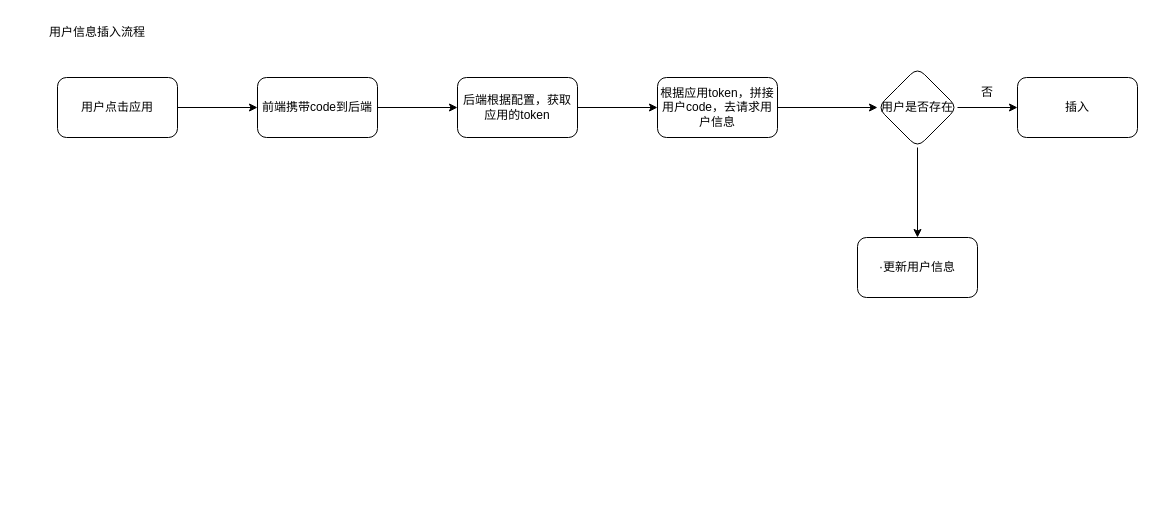
Earlier version of the draw.io diagram qh/一体化平台门户.drawio (shaominghuiwhatsup/graph). Source tidied: cells renumbered, new cells numbered last; positions are measured from the earlier drawing's top-left corner, leaving out a move shared by most shapes. Both pictures are drawn from the tidied source at 100%, with x=0, y=0 at pixel (17, 17).
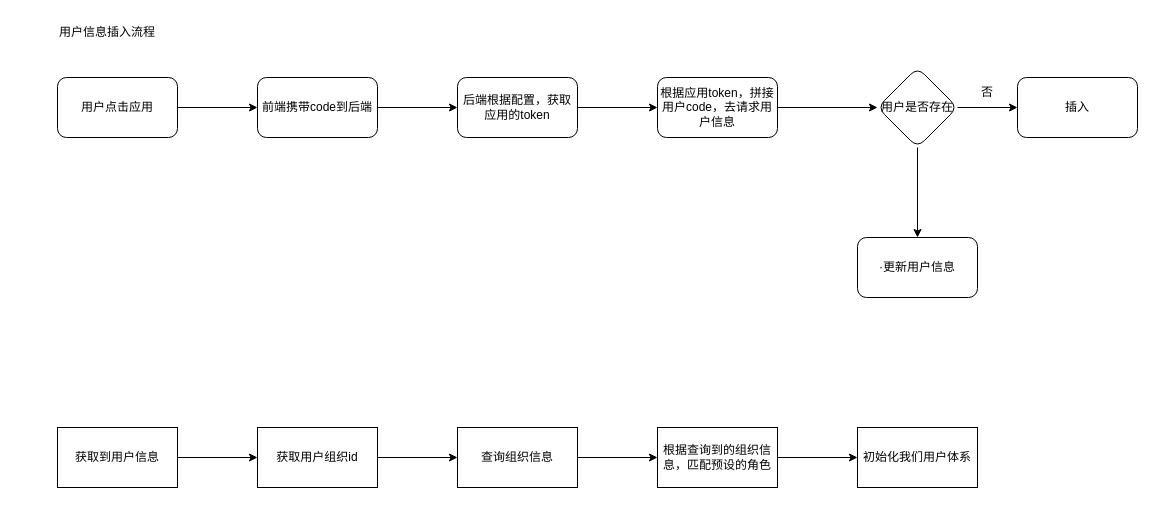
After the change.

Commit message (it also covers changes not shown here):
更新一体化平台门户.drawio

Change to the diagram source:
```diff
@@
     <mxCell id="16" value="用户信息插入流程" style="text;html=1;align=center;verticalAlign=middle;whiteSpace=wrap;rounded=0;" parent="1" vertex="1">
-      <mxGeometry width="160" height="30" as="geometry" />
+      <mxGeometry x="10" width="160" height="30" as="geometry" />
     </mxCell>
+    <mxCell id="17" style="edgeStyle=orthogonalEdgeStyle;rounded=0;jettySize=auto;html=1;" parent="1" edge="1" source="18" target="20">
+      <mxGeometry relative="1" as="geometry" />
+    </mxCell>
+    <mxCell id="18" value="获取到用户信息" style="rounded=0;whiteSpace=wrap;html=1;" parent="1" vertex="1">
+      <mxGeometry x="40" y="410" width="120" height="60" as="geometry" />
+    </mxCell>
+    <mxCell id="19" style="edgeStyle=orthogonalEdgeStyle;rounded=0;jettySize=auto;html=1;" parent="1" edge="1" source="20" target="22">
+      <mxGeometry relative="1" as="geometry" />
+    </mxCell>
+    <mxCell id="20" value="获取用户组织id" style="whiteSpace=wrap;html=1;rounded=0;" parent="1" vertex="1">
+      <mxGeometry x="240" y="410" width="120" height="60" as="geometry" />
+    </mxCell>
+    <mxCell id="21" style="edgeStyle=orthogonalEdgeStyle;rounded=0;jettySize=auto;html=1;" parent="1" edge="1" source="22" target="24">
+      <mxGeometry relative="1" as="geometry" />
+    </mxCell>
+    <mxCell id="22" value="查询组织信息" style="whiteSpace=wrap;html=1;rounded=0;" parent="1" vertex="1">
+      <mxGeometry x="440" y="410" width="120" height="60" as="geometry" />
+    </mxCell>
+    <mxCell id="23" style="edgeStyle=orthogonalEdgeStyle;rounded=0;jettySize=auto;html=1;" parent="1" edge="1" source="24" target="25">
+      <mxGeometry relative="1" as="geometry" />
+    </mxCell>
+    <mxCell id="24" value="根据查询到的组织信息，匹配预设的角色" style="whiteSpace=wrap;html=1;rounded=0;" parent="1" vertex="1">
+      <mxGeometry x="640" y="410" width="120" height="60" as="geometry" />
+    </mxCell>
+    <mxCell id="25" value="初始化我们用户体系" style="whiteSpace=wrap;html=1;rounded=0;" parent="1" vertex="1">
+      <mxGeometry x="840" y="410" width="120" height="60" as="geometry" />
+    </mxCell>
```
